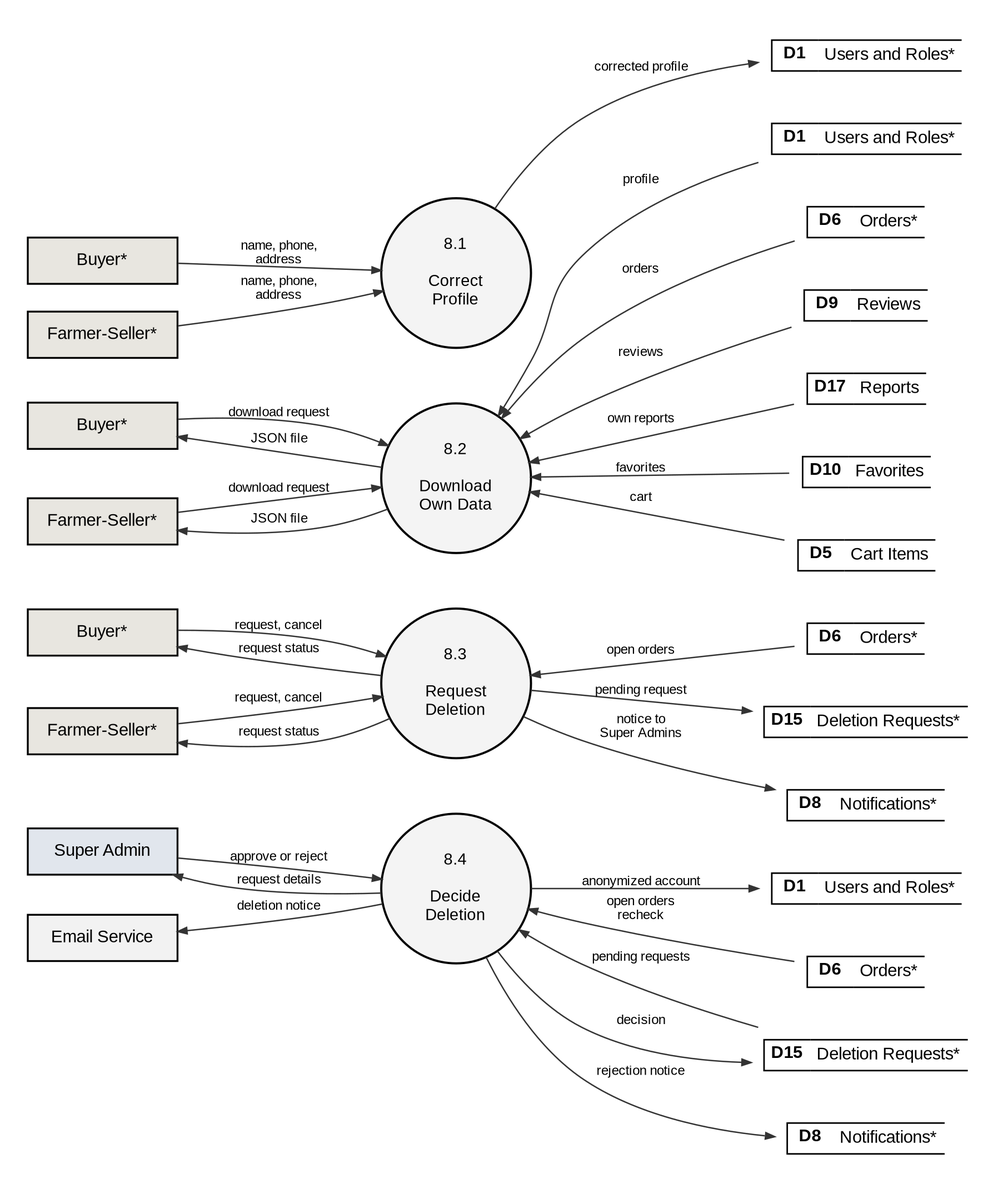
Before: docs/manuscript/figures/fig6_2_8_dfd_level2.png, a diagram exported from Graphviz (shawncastaneda11-commits/anihow-backend). Its source is kept beside it as docs/manuscript/figures/src/fig6_2_8_dfd_level2.dot.
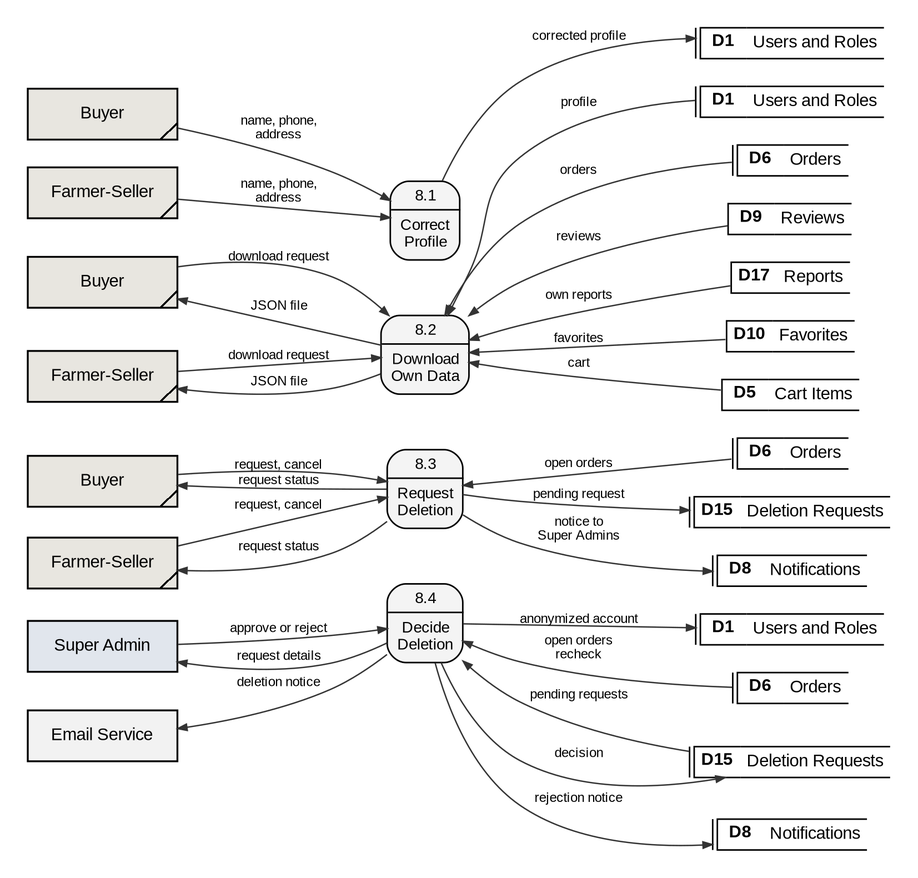
Above is the later version.

Change to the diagram source:
```diff
@@ -2,32 +2,32 @@
   graph [rankdir=LR, nodesep=0.25, ranksep=0.9, pad=0.25, fontname="Liberation Sans", newrank=true];
   node  [fontname="Liberation Sans", fontsize=11];
   edge  [penwidth=0.9, arrowsize=0.6, color="#333333", fontname="Liberation Sans", fontsize=8.5];
-  q8a [shape=circle, style=filled, fillcolor="#F4F4F4", penwidth=1.4, fixedsize=true, width=1.35, fontsize=10.5, label="8.1\n\nCorrect\nProfile"];
-  by_q8a [shape=box, style=filled, fillcolor="#E8E6E0", penwidth=1.2, width=1.35, height=0.42, label="Buyer*"];
-  fs_q8a [shape=box, style=filled, fillcolor="#E8E6E0", penwidth=1.2, width=1.35, height=0.42, label="Farmer-Seller*"];
-  D1_q8a [shape=plaintext, label=<<TABLE BORDER="0" CELLBORDER="1" CELLSPACING="0" CELLPADDING="3"><TR><TD SIDES="TBL" WIDTH="30"><B>D1</B></TD><TD SIDES="TB" ALIGN="LEFT">Users and Roles*</TD></TR></TABLE>>];
-  q8b [shape=circle, style=filled, fillcolor="#F4F4F4", penwidth=1.4, fixedsize=true, width=1.35, fontsize=10.5, label="8.2\n\nDownload\nOwn Data"];
-  by_q8b [shape=box, style=filled, fillcolor="#E8E6E0", penwidth=1.2, width=1.35, height=0.42, label="Buyer*"];
-  fs_q8b [shape=box, style=filled, fillcolor="#E8E6E0", penwidth=1.2, width=1.35, height=0.42, label="Farmer-Seller*"];
-  D1_q8b [shape=plaintext, label=<<TABLE BORDER="0" CELLBORDER="1" CELLSPACING="0" CELLPADDING="3"><TR><TD SIDES="TBL" WIDTH="30"><B>D1</B></TD><TD SIDES="TB" ALIGN="LEFT">Users and Roles*</TD></TR></TABLE>>];
-  D6_q8b [shape=plaintext, label=<<TABLE BORDER="0" CELLBORDER="1" CELLSPACING="0" CELLPADDING="3"><TR><TD SIDES="TBL" WIDTH="30"><B>D6</B></TD><TD SIDES="TB" ALIGN="LEFT">Orders*</TD></TR></TABLE>>];
-  D9_q8b [shape=plaintext, label=<<TABLE BORDER="0" CELLBORDER="1" CELLSPACING="0" CELLPADDING="3"><TR><TD SIDES="TBL" WIDTH="30"><B>D9</B></TD><TD SIDES="TB" ALIGN="LEFT">Reviews</TD></TR></TABLE>>];
-  D17_q8b [shape=plaintext, label=<<TABLE BORDER="0" CELLBORDER="1" CELLSPACING="0" CELLPADDING="3"><TR><TD SIDES="TBL" WIDTH="30"><B>D17</B></TD><TD SIDES="TB" ALIGN="LEFT">Reports</TD></TR></TABLE>>];
-  D10_q8b [shape=plaintext, label=<<TABLE BORDER="0" CELLBORDER="1" CELLSPACING="0" CELLPADDING="3"><TR><TD SIDES="TBL" WIDTH="30"><B>D10</B></TD><TD SIDES="TB" ALIGN="LEFT">Favorites</TD></TR></TABLE>>];
-  D5_q8b [shape=plaintext, label=<<TABLE BORDER="0" CELLBORDER="1" CELLSPACING="0" CELLPADDING="3"><TR><TD SIDES="TBL" WIDTH="30"><B>D5</B></TD><TD SIDES="TB" ALIGN="LEFT">Cart Items</TD></TR></TABLE>>];
-  q8c [shape=circle, style=filled, fillcolor="#F4F4F4", penwidth=1.4, fixedsize=true, width=1.35, fontsize=10.5, label="8.3\n\nRequest\nDeletion"];
-  by_q8c [shape=box, style=filled, fillcolor="#E8E6E0", penwidth=1.2, width=1.35, height=0.42, label="Buyer*"];
-  fs_q8c [shape=box, style=filled, fillcolor="#E8E6E0", penwidth=1.2, width=1.35, height=0.42, label="Farmer-Seller*"];
-  D6_q8c [shape=plaintext, label=<<TABLE BORDER="0" CELLBORDER="1" CELLSPACING="0" CELLPADDING="3"><TR><TD SIDES="TBL" WIDTH="30"><B>D6</B></TD><TD SIDES="TB" ALIGN="LEFT">Orders*</TD></TR></TABLE>>];
-  D15_q8c [shape=plaintext, label=<<TABLE BORDER="0" CELLBORDER="1" CELLSPACING="0" CELLPADDING="3"><TR><TD SIDES="TBL" WIDTH="30"><B>D15</B></TD><TD SIDES="TB" ALIGN="LEFT">Deletion Requests*</TD></TR></TABLE>>];
-  D8_q8c [shape=plaintext, label=<<TABLE BORDER="0" CELLBORDER="1" CELLSPACING="0" CELLPADDING="3"><TR><TD SIDES="TBL" WIDTH="30"><B>D8</B></TD><TD SIDES="TB" ALIGN="LEFT">Notifications*</TD></TR></TABLE>>];
-  q8d [shape=circle, style=filled, fillcolor="#F4F4F4", penwidth=1.4, fixedsize=true, width=1.35, fontsize=10.5, label="8.4\n\nDecide\nDeletion"];
-  D1_q8d [shape=plaintext, label=<<TABLE BORDER="0" CELLBORDER="1" CELLSPACING="0" CELLPADDING="3"><TR><TD SIDES="TBL" WIDTH="30"><B>D1</B></TD><TD SIDES="TB" ALIGN="LEFT">Users and Roles*</TD></TR></TABLE>>];
-  D6_q8d [shape=plaintext, label=<<TABLE BORDER="0" CELLBORDER="1" CELLSPACING="0" CELLPADDING="3"><TR><TD SIDES="TBL" WIDTH="30"><B>D6</B></TD><TD SIDES="TB" ALIGN="LEFT">Orders*</TD></TR></TABLE>>];
-  D15_q8d [shape=plaintext, label=<<TABLE BORDER="0" CELLBORDER="1" CELLSPACING="0" CELLPADDING="3"><TR><TD SIDES="TBL" WIDTH="30"><B>D15</B></TD><TD SIDES="TB" ALIGN="LEFT">Deletion Requests*</TD></TR></TABLE>>];
-  D8_q8d [shape=plaintext, label=<<TABLE BORDER="0" CELLBORDER="1" CELLSPACING="0" CELLPADDING="3"><TR><TD SIDES="TBL" WIDTH="30"><B>D8</B></TD><TD SIDES="TB" ALIGN="LEFT">Notifications*</TD></TR></TABLE>>];
-  sa_q8d [shape=box, style=filled, fillcolor="#E1E6ED", penwidth=1.2, width=1.35, height=0.42, label="Super Admin"];
-  em_q8d [shape=box, style=filled, fillcolor="#F2F2F2", penwidth=1.2, width=1.35, height=0.42, label="Email Service"];
+  q8a [shape=plaintext, margin=0, width=0, height=0, label=<<TABLE STYLE="ROUNDED" BORDER="1" CELLBORDER="0" CELLSPACING="0" CELLPADDING="3" BGCOLOR="#F4F4F4"><TR><TD><FONT POINT-SIZE="10.5">8.1</FONT></TD></TR><HR/><TR><TD CELLPADDING="5"><FONT POINT-SIZE="10.5">Correct<BR/>Profile</FONT></TD></TR></TABLE>>];
+  by_q8a [shape=box, style=filled, fillcolor="#E8E6E0", penwidth=1.2, width=1.35, height=0.46, label="Buyer", comment="gsdup"];
+  fs_q8a [shape=box, style=filled, fillcolor="#E8E6E0", penwidth=1.2, width=1.35, height=0.46, label="Farmer-Seller", comment="gsdup"];
+  D1_q8a [shape=plaintext, margin=0, width=0, height=0, label=<<TABLE BORDER="0" CELLBORDER="1" CELLSPACING="0" CELLPADDING="3"><TR><TD SIDES="L" WIDTH="3" CELLPADDING="0"></TD><TD SIDES="TBL" WIDTH="30"><B>D1</B></TD><TD SIDES="TB" ALIGN="LEFT">Users and Roles</TD></TR></TABLE>>];
+  q8b [shape=plaintext, margin=0, width=0, height=0, label=<<TABLE STYLE="ROUNDED" BORDER="1" CELLBORDER="0" CELLSPACING="0" CELLPADDING="3" BGCOLOR="#F4F4F4"><TR><TD><FONT POINT-SIZE="10.5">8.2</FONT></TD></TR><HR/><TR><TD CELLPADDING="5"><FONT POINT-SIZE="10.5">Download<BR/>Own Data</FONT></TD></TR></TABLE>>];
+  by_q8b [shape=box, style=filled, fillcolor="#E8E6E0", penwidth=1.2, width=1.35, height=0.46, label="Buyer", comment="gsdup"];
+  fs_q8b [shape=box, style=filled, fillcolor="#E8E6E0", penwidth=1.2, width=1.35, height=0.46, label="Farmer-Seller", comment="gsdup"];
+  D1_q8b [shape=plaintext, margin=0, width=0, height=0, label=<<TABLE BORDER="0" CELLBORDER="1" CELLSPACING="0" CELLPADDING="3"><TR><TD SIDES="L" WIDTH="3" CELLPADDING="0"></TD><TD SIDES="TBL" WIDTH="30"><B>D1</B></TD><TD SIDES="TB" ALIGN="LEFT">Users and Roles</TD></TR></TABLE>>];
+  D6_q8b [shape=plaintext, margin=0, width=0, height=0, label=<<TABLE BORDER="0" CELLBORDER="1" CELLSPACING="0" CELLPADDING="3"><TR><TD SIDES="L" WIDTH="3" CELLPADDING="0"></TD><TD SIDES="TBL" WIDTH="30"><B>D6</B></TD><TD SIDES="TB" ALIGN="LEFT">Orders</TD></TR></TABLE>>];
+  D9_q8b [shape=plaintext, margin=0, width=0, height=0, label=<<TABLE BORDER="0" CELLBORDER="1" CELLSPACING="0" CELLPADDING="3"><TR><TD SIDES="TBL" WIDTH="30"><B>D9</B></TD><TD SIDES="TB" ALIGN="LEFT">Reviews</TD></TR></TABLE>>];
+  D17_q8b [shape=plaintext, margin=0, width=0, height=0, label=<<TABLE BORDER="0" CELLBORDER="1" CELLSPACING="0" CELLPADDING="3"><TR><TD SIDES="TBL" WIDTH="30"><B>D17</B></TD><TD SIDES="TB" ALIGN="LEFT">Reports</TD></TR></TABLE>>];
+  D10_q8b [shape=plaintext, margin=0, width=0, height=0, label=<<TABLE BORDER="0" CELLBORDER="1" CELLSPACING="0" CELLPADDING="3"><TR><TD SIDES="TBL" WIDTH="30"><B>D10</B></TD><TD SIDES="TB" ALIGN="LEFT">Favorites</TD></TR></TABLE>>];
+  D5_q8b [shape=plaintext, margin=0, width=0, height=0, label=<<TABLE BORDER="0" CELLBORDER="1" CELLSPACING="0" CELLPADDING="3"><TR><TD SIDES="TBL" WIDTH="30"><B>D5</B></TD><TD SIDES="TB" ALIGN="LEFT">Cart Items</TD></TR></TABLE>>];
+  q8c [shape=plaintext, margin=0, width=0, height=0, label=<<TABLE STYLE="ROUNDED" BORDER="1" CELLBORDER="0" CELLSPACING="0" CELLPADDING="3" BGCOLOR="#F4F4F4"><TR><TD><FONT POINT-SIZE="10.5">8.3</FONT></TD></TR><HR/><TR><TD CELLPADDING="5"><FONT POINT-SIZE="10.5">Request<BR/>Deletion</FONT></TD></TR></TABLE>>];
+  by_q8c [shape=box, style=filled, fillcolor="#E8E6E0", penwidth=1.2, width=1.35, height=0.46, label="Buyer", comment="gsdup"];
+  fs_q8c [shape=box, style=filled, fillcolor="#E8E6E0", penwidth=1.2, width=1.35, height=0.46, label="Farmer-Seller", comment="gsdup"];
+  D6_q8c [shape=plaintext, margin=0, width=0, height=0, label=<<TABLE BORDER="0" CELLBORDER="1" CELLSPACING="0" CELLPADDING="3"><TR><TD SIDES="L" WIDTH="3" CELLPADDING="0"></TD><TD SIDES="TBL" WIDTH="30"><B>D6</B></TD><TD SIDES="TB" ALIGN="LEFT">Orders</TD></TR></TABLE>>];
+  D15_q8c [shape=plaintext, margin=0, width=0, height=0, label=<<TABLE BORDER="0" CELLBORDER="1" CELLSPACING="0" CELLPADDING="3"><TR><TD SIDES="L" WIDTH="3" CELLPADDING="0"></TD><TD SIDES="TBL" WIDTH="30"><B>D15</B></TD><TD SIDES="TB" ALIGN="LEFT">Deletion Requests</TD></TR></TABLE>>];
+  D8_q8c [shape=plaintext, margin=0, width=0, height=0, label=<<TABLE BORDER="0" CELLBORDER="1" CELLSPACING="0" CELLPADDING="3"><TR><TD SIDES="L" WIDTH="3" CELLPADDING="0"></TD><TD SIDES="TBL" WIDTH="30"><B>D8</B></TD><TD SIDES="TB" ALIGN="LEFT">Notifications</TD></TR></TABLE>>];
+  q8d [shape=plaintext, margin=0, width=0, height=0, label=<<TABLE STYLE="ROUNDED" BORDER="1" CELLBORDER="0" CELLSPACING="0" CELLPADDING="3" BGCOLOR="#F4F4F4"><TR><TD><FONT POINT-SIZE="10.5">8.4</FONT></TD></TR><HR/><TR><TD CELLPADDING="5"><FONT POINT-SIZE="10.5">Decide<BR/>Deletion</FONT></TD></TR></TABLE>>];
+  D1_q8d [shape=plaintext, margin=0, width=0, height=0, label=<<TABLE BORDER="0" CELLBORDER="1" CELLSPACING="0" CELLPADDING="3"><TR><TD SIDES="L" WIDTH="3" CELLPADDING="0"></TD><TD SIDES="TBL" WIDTH="30"><B>D1</B></TD><TD SIDES="TB" ALIGN="LEFT">Users and Roles</TD></TR></TABLE>>];
+  D6_q8d [shape=plaintext, margin=0, width=0, height=0, label=<<TABLE BORDER="0" CELLBORDER="1" CELLSPACING="0" CELLPADDING="3"><TR><TD SIDES="L" WIDTH="3" CELLPADDING="0"></TD><TD SIDES="TBL" WIDTH="30"><B>D6</B></TD><TD SIDES="TB" ALIGN="LEFT">Orders</TD></TR></TABLE>>];
+  D15_q8d [shape=plaintext, margin=0, width=0, height=0, label=<<TABLE BORDER="0" CELLBORDER="1" CELLSPACING="0" CELLPADDING="3"><TR><TD SIDES="L" WIDTH="3" CELLPADDING="0"></TD><TD SIDES="TBL" WIDTH="30"><B>D15</B></TD><TD SIDES="TB" ALIGN="LEFT">Deletion Requests</TD></TR></TABLE>>];
+  D8_q8d [shape=plaintext, margin=0, width=0, height=0, label=<<TABLE BORDER="0" CELLBORDER="1" CELLSPACING="0" CELLPADDING="3"><TR><TD SIDES="L" WIDTH="3" CELLPADDING="0"></TD><TD SIDES="TBL" WIDTH="30"><B>D8</B></TD><TD SIDES="TB" ALIGN="LEFT">Notifications</TD></TR></TABLE>>];
+  sa_q8d [shape=box, style=filled, fillcolor="#E1E6ED", penwidth=1.2, width=1.35, height=0.46, label="Super Admin"];
+  em_q8d [shape=box, style=filled, fillcolor="#F2F2F2", penwidth=1.2, width=1.35, height=0.46, label="Email Service"];
   by_q8a -> q8a [label="name, phone,\naddress"];
   fs_q8a -> q8a [label="name, phone,\naddress"];
   q8a -> D1_q8a [label="corrected profile"];
```
